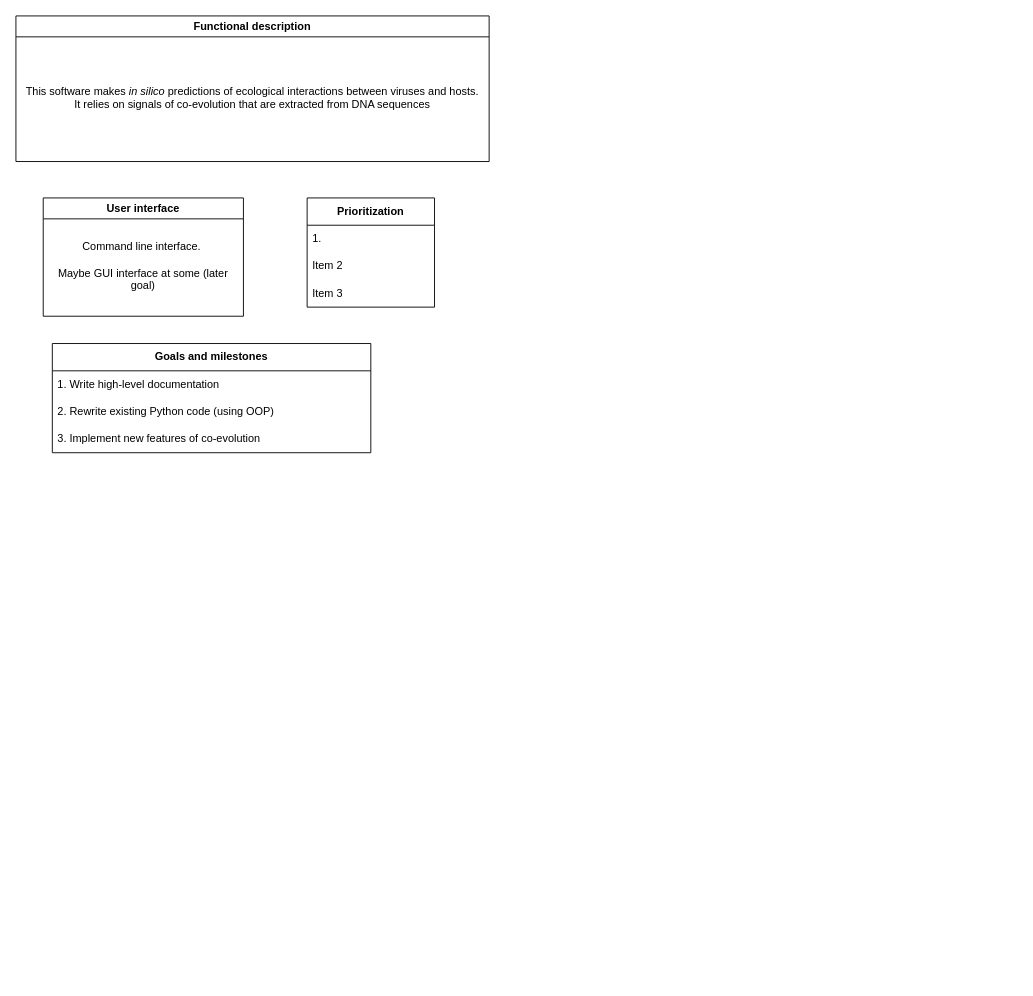
The draw.io diagram design_documents/DDS.drawio in DuhaimeLab/VirusHostInteractionPredictor, before the edit. Source tidied: cells renumbered, new cells numbered last; positions are measured from the earlier drawing's top-left corner, leaving out a move shared by most shapes. Both pictures are drawn from the tidied source at 91%, with x=0, y=0 at pixel (15, 15).
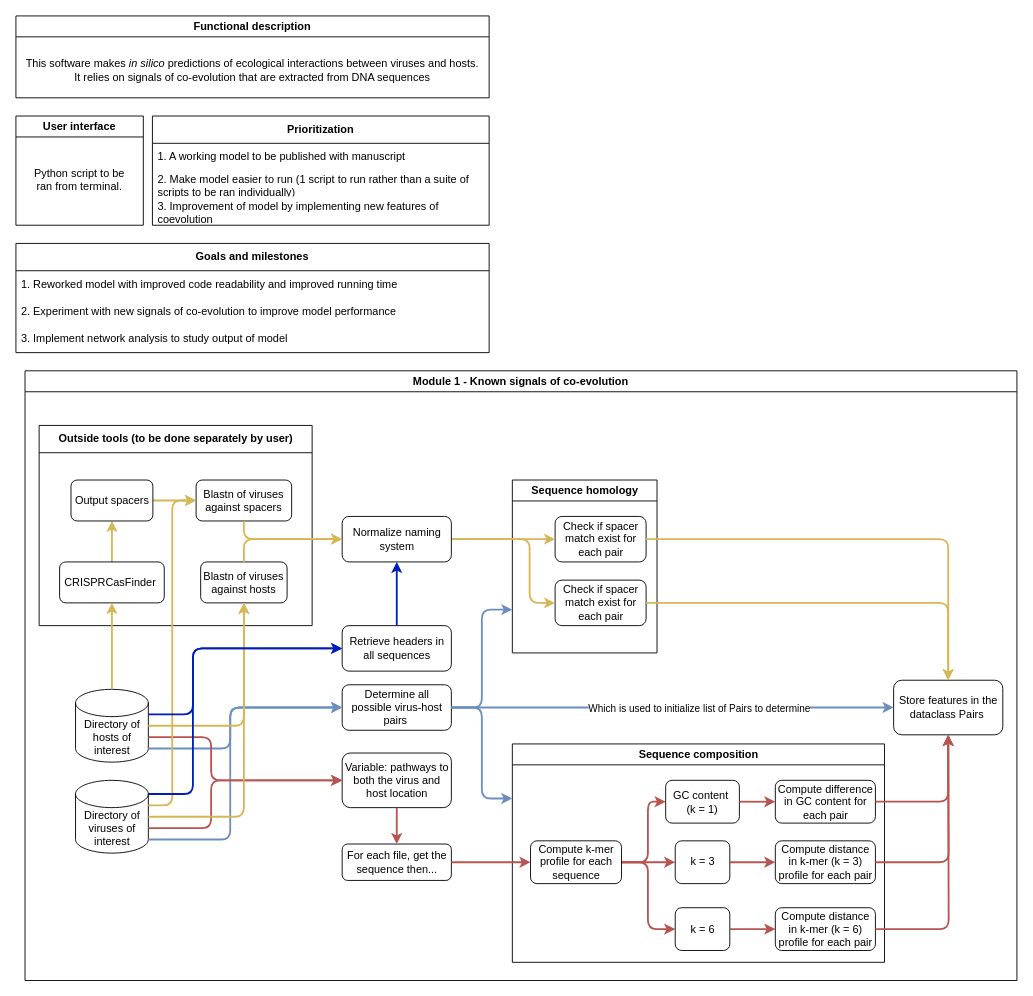
After the change.

Commit message (it also covers changes not shown here):
updated design documents to reflect progress

What changed in the source:
```diff
@@
     <mxCell id="2" value="&lt;b&gt;Prioritization&lt;/b&gt;" style="swimlane;fontStyle=0;horizontal=1;startSize=30;whiteSpace=wrap;html=1;" parent="1" vertex="1">
-      <mxGeometry x="320" y="200" width="140" height="120" as="geometry" />
+      <mxGeometry x="150" y="110" width="370" height="120" as="geometry" />
     </mxCell>
-    <mxCell id="3" value="1.&amp;nbsp;" style="text;strokeColor=none;fillColor=none;align=left;verticalAlign=middle;spacingLeft=4;spacingRight=4;overflow=hidden;whiteSpace=wrap;html=1;" parent="2" vertex="1">
-      <mxGeometry y="30" width="140" height="30" as="geometry" />
+    <mxCell id="3" value="1. A working model to be published with manuscript&amp;nbsp;" style="text;strokeColor=none;fillColor=none;align=left;verticalAlign=middle;spacingLeft=4;spacingRight=4;overflow=hidden;whiteSpace=wrap;html=1;" parent="2" vertex="1">
+      <mxGeometry y="30" width="370" height="30" as="geometry" />
     </mxCell>
-    <mxCell id="4" value="Item 2" style="text;strokeColor=none;fillColor=none;align=left;verticalAlign=middle;spacingLeft=4;spacingRight=4;overflow=hidden;whiteSpace=wrap;html=1;" parent="2" vertex="1">
-      <mxGeometry y="60" width="140" height="30" as="geometry" />
+    <mxCell id="4" value="2. Make model easier to run (1 script to run rather than a suite of scripts to be ran individually)" style="text;strokeColor=none;fillColor=none;align=left;verticalAlign=middle;spacingLeft=4;spacingRight=4;overflow=hidden;whiteSpace=wrap;html=1;" parent="2" vertex="1">
+      <mxGeometry y="60" width="370" height="30" as="geometry" />
     </mxCell>
-    <mxCell id="5" value="Item 3" style="text;strokeColor=none;fillColor=none;align=left;verticalAlign=middle;spacingLeft=4;spacingRight=4;overflow=hidden;whiteSpace=wrap;html=1;" parent="2" vertex="1">
-      <mxGeometry y="90" width="140" height="30" as="geometry" />
+    <mxCell id="5" value="3. Improvement of model by implementing new features of coevolution" style="text;strokeColor=none;fillColor=none;align=left;verticalAlign=middle;spacingLeft=4;spacingRight=4;overflow=hidden;whiteSpace=wrap;html=1;" parent="2" vertex="1">
+      <mxGeometry y="90" width="370" height="30" as="geometry" />
     </mxCell>
     <mxCell id="6" value="Functional description" style="swimlane;whiteSpace=wrap;html=1;" parent="1" vertex="1">
-      <mxGeometry width="520" height="160" as="geometry" />
+      <mxGeometry width="520" height="90" as="geometry" />
     </mxCell>
     <mxCell id="7" value="This software makes &lt;i&gt;in silico &lt;/i&gt;predictions of ecological interactions between viruses and hosts. It relies on signals of co-evolution that are extracted from DNA sequences" style="text;html=1;strokeColor=none;fillColor=none;align=center;verticalAlign=middle;whiteSpace=wrap;rounded=0;" parent="6" vertex="1">
-      <mxGeometry x="10" y="40" width="500" height="100" as="geometry" />
+      <mxGeometry x="10" y="40" width="500" height="40" as="geometry" />
     </mxCell>
     <mxCell id="8" value="User interface" style="swimlane;whiteSpace=wrap;html=1;" parent="1" vertex="1">
-      <mxGeometry x="30" y="200" width="220" height="130" as="geometry" />
+      <mxGeometry y="110" width="140" height="120" as="geometry" />
     </mxCell>
-    <mxCell id="9" value="Command line interface.&amp;nbsp;&lt;br&gt;&lt;br&gt;Maybe GUI interface at some (later goal)" style="text;html=1;strokeColor=none;fillColor=none;align=center;verticalAlign=middle;whiteSpace=wrap;rounded=0;" parent="8" vertex="1">
-      <mxGeometry x="10" y="30" width="200" height="90" as="geometry" />
+    <mxCell id="9" value="Python script to be ran from terminal." style="text;html=1;strokeColor=none;fillColor=none;align=center;verticalAlign=middle;whiteSpace=wrap;rounded=0;" parent="8" vertex="1">
+      <mxGeometry x="10" y="30" width="120" height="80" as="geometry" />
     </mxCell>
     <mxCell id="10" value="&lt;b&gt;Goals and milestones&lt;/b&gt;" style="swimlane;fontStyle=0;horizontal=1;startSize=30;whiteSpace=wrap;html=1;" parent="1" vertex="1">
-      <mxGeometry x="40" y="360" width="350" height="120" as="geometry" />
+      <mxGeometry y="250" width="520" height="120" as="geometry" />
     </mxCell>
-    <mxCell id="11" value="1. Write high-level documentation" style="text;strokeColor=none;fillColor=none;align=left;verticalAlign=middle;spacingLeft=4;spacingRight=4;overflow=hidden;whiteSpace=wrap;html=1;" parent="10" vertex="1">
-      <mxGeometry y="30" width="350" height="30" as="geometry" />
+    <mxCell id="11" value="1. Reworked model with improved code readability and improved running time" style="text;strokeColor=none;fillColor=none;align=left;verticalAlign=middle;spacingLeft=4;spacingRight=4;overflow=hidden;whiteSpace=wrap;html=1;" parent="10" vertex="1">
+      <mxGeometry y="30" width="520" height="30" as="geometry" />
     </mxCell>
-    <mxCell id="12" value="2. Rewrite existing Python code (using OOP)" style="text;strokeColor=none;fillColor=none;align=left;verticalAlign=middle;spacingLeft=4;spacingRight=4;overflow=hidden;whiteSpace=wrap;html=1;" parent="10" vertex="1">
-      <mxGeometry y="60" width="350" height="30" as="geometry" />
+    <mxCell id="12" value="2. Experiment with new signals of co-evolution to improve model performance" style="text;strokeColor=none;fillColor=none;align=left;verticalAlign=middle;spacingLeft=4;spacingRight=4;overflow=hidden;whiteSpace=wrap;html=1;" parent="10" vertex="1">
+      <mxGeometry y="60" width="520" height="30" as="geometry" />
     </mxCell>
-    <mxCell id="13" value="3. Implement new features of co-evolution" style="text;strokeColor=none;fillColor=none;align=left;verticalAlign=middle;spacingLeft=4;spacingRight=4;overflow=hidden;whiteSpace=wrap;html=1;" parent="10" vertex="1">
-      <mxGeometry y="90" width="350" height="30" as="geometry" />
+    <mxCell id="13" value="3. Implement network analysis to study output of model" style="text;strokeColor=none;fillColor=none;align=left;verticalAlign=middle;spacingLeft=4;spacingRight=4;overflow=hidden;whiteSpace=wrap;html=1;" parent="10" vertex="1">
+      <mxGeometry y="90" width="520" height="30" as="geometry" />
     </mxCell>
+    <mxCell id="14" value="Module 1 - Known signals of co-evolution" style="swimlane;whiteSpace=wrap;html=1;" parent="1" vertex="1">
+      <mxGeometry x="10" y="390" width="1090" height="670" as="geometry" />
+    </mxCell>
+    <mxCell id="15" value="Directory of viruses of interest" style="shape=cylinder3;whiteSpace=wrap;html=1;boundedLbl=1;backgroundOutline=1;size=15;" parent="14" vertex="1">
+      <mxGeometry x="55.5" y="450" width="80" height="80" as="geometry" />
+    </mxCell>
+    <mxCell id="16" value="Directory of hosts of interest" style="shape=cylinder3;whiteSpace=wrap;html=1;boundedLbl=1;backgroundOutline=1;size=15;" parent="14" vertex="1">
+      <mxGeometry x="55.5" y="350" width="80" height="80" as="geometry" />
+    </mxCell>
+    <mxCell id="17" value="Determine all possible virus-host pairs&amp;nbsp;" style="rounded=1;whiteSpace=wrap;html=1;" parent="14" vertex="1">
+      <mxGeometry x="348.5" y="345" width="120" height="50" as="geometry" />
+    </mxCell>
+    <mxCell id="18" style="edgeStyle=orthogonalEdgeStyle;jettySize=auto;html=1;exitX=1;exitY=1;exitDx=0;exitDy=-15;exitPerimeter=0;entryX=0;entryY=0.5;entryDx=0;entryDy=0;fillColor=#dae8fc;strokeColor=#6c8ebf;rounded=1;strokeWidth=2;" parent="14" edge="1" source="15" target="17">
+      <mxGeometry relative="1" as="geometry">
+        <Array as="points">
+          <mxPoint x="225.5" y="515" />
+          <mxPoint x="225.5" y="370" />
+        </Array>
+      </mxGeometry>
+    </mxCell>
+    <mxCell id="19" style="edgeStyle=orthogonalEdgeStyle;jettySize=auto;html=1;exitX=1;exitY=1;exitDx=0;exitDy=-15;exitPerimeter=0;entryX=0;entryY=0.5;entryDx=0;entryDy=0;noJump=0;fillColor=#dae8fc;strokeColor=#6c8ebf;rounded=1;strokeWidth=2;" parent="14" edge="1" source="16" target="17">
+      <mxGeometry relative="1" as="geometry">
+        <Array as="points">
+          <mxPoint x="225.5" y="415" />
+          <mxPoint x="225.5" y="370" />
+        </Array>
+      </mxGeometry>
+    </mxCell>
+    <mxCell id="20" value="Variable: pathways to both the virus and host location" style="rounded=1;whiteSpace=wrap;html=1;" parent="14" vertex="1">
+      <mxGeometry x="348.5" y="420" width="120" height="60" as="geometry" />
+    </mxCell>
+    <mxCell id="21" style="edgeStyle=orthogonalEdgeStyle;jettySize=auto;html=1;noJump=0;fillColor=#f8cecc;strokeColor=#b85450;rounded=1;strokeWidth=2;exitX=1;exitY=0;exitDx=0;exitDy=52.5;exitPerimeter=0;" parent="14" edge="1" source="15" target="20">
+      <mxGeometry relative="1" as="geometry">
+        <Array as="points">
+          <mxPoint x="204.5" y="503" />
+          <mxPoint x="204.5" y="450" />
+        </Array>
+      </mxGeometry>
+    </mxCell>
+    <mxCell id="22" style="edgeStyle=orthogonalEdgeStyle;jettySize=auto;html=1;entryX=0;entryY=0.5;entryDx=0;entryDy=0;fillColor=#f8cecc;strokeColor=#b85450;rounded=1;strokeWidth=2;exitX=1;exitY=0;exitDx=0;exitDy=52.5;exitPerimeter=0;" parent="14" edge="1" source="16" target="20">
+      <mxGeometry relative="1" as="geometry">
+        <Array as="points">
+          <mxPoint x="204.5" y="403" />
+          <mxPoint x="204.5" y="450" />
+        </Array>
+      </mxGeometry>
+    </mxCell>
+    <mxCell id="23" value="For each file, get the sequence then..." style="rounded=1;whiteSpace=wrap;html=1;" parent="14" vertex="1">
+      <mxGeometry x="348.5" y="520" width="120" height="40" as="geometry" />
+    </mxCell>
+    <mxCell id="24" style="edgeStyle=orthogonalEdgeStyle;jettySize=auto;html=1;fillColor=#f8cecc;strokeColor=#b85450;rounded=1;strokeWidth=2;" parent="14" edge="1" source="20" target="23">
+      <mxGeometry relative="1" as="geometry" />
+    </mxCell>
+    <mxCell id="25" value="Store features in the dataclass Pairs&amp;nbsp;" style="rounded=1;whiteSpace=wrap;html=1;" parent="14" vertex="1">
+      <mxGeometry x="954.5" y="340" width="120" height="60" as="geometry" />
+    </mxCell>
+    <mxCell id="26" style="edgeStyle=orthogonalEdgeStyle;rounded=1;jettySize=auto;html=1;entryX=0;entryY=0.5;entryDx=0;entryDy=0;strokeWidth=2;fillColor=#dae8fc;strokeColor=#6c8ebf;" parent="14" edge="1" source="17" target="25">
+      <mxGeometry relative="1" as="geometry" />
+    </mxCell>
+    <mxCell id="27" value="Which is used to initialize list of Pairs to determine" style="edgeLabel;html=1;align=center;verticalAlign=middle;" parent="26" vertex="1">
+      <mxGeometry x="-0.19" relative="1" as="geometry">
+        <mxPoint x="75" as="offset" />
+      </mxGeometry>
+    </mxCell>
+    <mxCell id="28" value="Outside tools (to be done separately by user)" style="swimlane;whiteSpace=wrap;html=1;startSize=30;" parent="14" vertex="1">
+      <mxGeometry x="15.5" y="60" width="300" height="220" as="geometry" />
+    </mxCell>
+    <mxCell id="29" value="Blastn of viruses against hosts" style="rounded=1;whiteSpace=wrap;html=1;" parent="28" vertex="1">
+      <mxGeometry x="177.5" y="150" width="95" height="45" as="geometry" />
+    </mxCell>
+    <mxCell id="30" style="edgeStyle=orthogonalEdgeStyle;rounded=1;jettySize=auto;html=1;strokeWidth=2;fillColor=#fff2cc;strokeColor=#d6b656;" parent="28" edge="1" source="31" target="33">
+      <mxGeometry relative="1" as="geometry" />
+    </mxCell>
+    <mxCell id="31" value="CRISPRCasFinder&amp;nbsp;" style="rounded=1;whiteSpace=wrap;html=1;" parent="28" vertex="1">
+      <mxGeometry x="22.5" y="150" width="115" height="45" as="geometry" />
+    </mxCell>
+    <mxCell id="32" style="edgeStyle=orthogonalEdgeStyle;rounded=1;jettySize=auto;html=1;entryX=0;entryY=0.5;entryDx=0;entryDy=0;strokeWidth=2;fillColor=#fff2cc;strokeColor=#d6b656;" parent="28" edge="1" source="33" target="34">
+      <mxGeometry relative="1" as="geometry" />
+    </mxCell>
+    <mxCell id="33" value="Output spacers" style="rounded=1;whiteSpace=wrap;html=1;" parent="28" vertex="1">
+      <mxGeometry x="35" y="60" width="90" height="45" as="geometry" />
+    </mxCell>
+    <mxCell id="34" value="Blastn of viruses against spacers" style="rounded=1;whiteSpace=wrap;html=1;" parent="28" vertex="1">
+      <mxGeometry x="172.5" y="60" width="105" height="45" as="geometry" />
+    </mxCell>
+    <mxCell id="35" style="edgeStyle=orthogonalEdgeStyle;rounded=1;jettySize=auto;html=1;entryX=0.5;entryY=1;entryDx=0;entryDy=0;strokeWidth=2;fillColor=#fff2cc;strokeColor=#d6b656;" parent="14" edge="1" source="15" target="29">
+      <mxGeometry relative="1" as="geometry" />
+    </mxCell>
+    <mxCell id="36" style="edgeStyle=orthogonalEdgeStyle;rounded=1;jettySize=auto;html=1;entryX=0.5;entryY=1;entryDx=0;entryDy=0;strokeWidth=2;fillColor=#fff2cc;strokeColor=#d6b656;" parent="14" edge="1" source="16" target="29">
+      <mxGeometry relative="1" as="geometry" />
+    </mxCell>
+    <mxCell id="37" style="edgeStyle=orthogonalEdgeStyle;rounded=1;jettySize=auto;html=1;entryX=0.5;entryY=1;entryDx=0;entryDy=0;strokeWidth=2;fillColor=#fff2cc;strokeColor=#d6b656;" parent="14" edge="1" source="16" target="31">
+      <mxGeometry relative="1" as="geometry" />
+    </mxCell>
+    <mxCell id="38" style="edgeStyle=orthogonalEdgeStyle;rounded=1;jettySize=auto;html=1;exitX=1;exitY=0;exitDx=0;exitDy=27.5;exitPerimeter=0;strokeWidth=2;entryX=0;entryY=0.5;entryDx=0;entryDy=0;fillColor=#fff2cc;strokeColor=#d6b656;" parent="14" edge="1" source="15" target="34">
+      <mxGeometry relative="1" as="geometry" />
+    </mxCell>
+    <mxCell id="39" value="Sequence composition&lt;br&gt;" style="swimlane;whiteSpace=wrap;html=1;" parent="14" vertex="1">
+      <mxGeometry x="535.5" y="410" width="409" height="240" as="geometry" />
+    </mxCell>
+    <mxCell id="40" style="edgeStyle=orthogonalEdgeStyle;rounded=1;jettySize=auto;html=1;entryX=0;entryY=0.5;entryDx=0;entryDy=0;strokeWidth=2;fillColor=#f8cecc;strokeColor=#b85450;" parent="39" edge="1" source="43" target="44">
+      <mxGeometry relative="1" as="geometry">
+        <Array as="points">
+          <mxPoint x="149" y="130" />
+          <mxPoint x="149" y="63" />
+        </Array>
+      </mxGeometry>
+    </mxCell>
+    <mxCell id="41" style="edgeStyle=orthogonalEdgeStyle;rounded=1;jettySize=auto;html=1;entryX=0;entryY=0.5;entryDx=0;entryDy=0;strokeWidth=2;fillColor=#f8cecc;strokeColor=#b85450;" parent="39" edge="1" source="43" target="45">
+      <mxGeometry relative="1" as="geometry" />
+    </mxCell>
+    <mxCell id="42" style="edgeStyle=orthogonalEdgeStyle;rounded=1;jettySize=auto;html=1;entryX=0;entryY=0.5;entryDx=0;entryDy=0;strokeWidth=2;fillColor=#f8cecc;strokeColor=#b85450;" parent="39" edge="1" source="43" target="46">
+      <mxGeometry relative="1" as="geometry">
+        <Array as="points">
+          <mxPoint x="149" y="130" />
+          <mxPoint x="149" y="203" />
+        </Array>
+      </mxGeometry>
+    </mxCell>
+    <mxCell id="43" value="Compute k-mer profile for each sequence" style="rounded=1;whiteSpace=wrap;html=1;" parent="39" vertex="1">
+      <mxGeometry x="20" y="106.5" width="100" height="47" as="geometry" />
+    </mxCell>
+    <mxCell id="44" value="GC content&amp;nbsp;&lt;br&gt;(k = 1)" style="rounded=1;whiteSpace=wrap;html=1;" parent="39" vertex="1">
+      <mxGeometry x="168.5" y="40" width="81" height="47" as="geometry" />
+    </mxCell>
+    <mxCell id="45" value="k = 3" style="rounded=1;whiteSpace=wrap;html=1;" parent="39" vertex="1">
+      <mxGeometry x="179" y="106.5" width="60" height="47" as="geometry" />
+    </mxCell>
+    <mxCell id="46" value="k = 6" style="rounded=1;whiteSpace=wrap;html=1;" parent="39" vertex="1">
+      <mxGeometry x="179" y="180" width="60" height="47" as="geometry" />
+    </mxCell>
+    <mxCell id="47" value="Compute difference in GC content for each pair" style="rounded=1;whiteSpace=wrap;html=1;" parent="39" vertex="1">
+      <mxGeometry x="289" y="40" width="110" height="47" as="geometry" />
+    </mxCell>
+    <mxCell id="48" style="edgeStyle=orthogonalEdgeStyle;rounded=1;jettySize=auto;html=1;entryX=0;entryY=0.5;entryDx=0;entryDy=0;strokeWidth=2;fillColor=#f8cecc;strokeColor=#b85450;" parent="39" edge="1" source="44" target="47">
+      <mxGeometry relative="1" as="geometry" />
+    </mxCell>
+    <mxCell id="49" value="Compute distance in k-mer (k = 3) profile for each pair" style="rounded=1;whiteSpace=wrap;html=1;" parent="39" vertex="1">
+      <mxGeometry x="289" y="106.5" width="110" height="47" as="geometry" />
+    </mxCell>
+    <mxCell id="50" style="edgeStyle=orthogonalEdgeStyle;rounded=1;jettySize=auto;html=1;entryX=0;entryY=0.5;entryDx=0;entryDy=0;strokeWidth=2;fillColor=#f8cecc;strokeColor=#b85450;" parent="39" edge="1" source="45" target="49">
+      <mxGeometry relative="1" as="geometry" />
+    </mxCell>
+    <mxCell id="51" value="Compute distance in k-mer (k = 6) profile for each pair" style="rounded=1;whiteSpace=wrap;html=1;" parent="39" vertex="1">
+      <mxGeometry x="289" y="180" width="110" height="47" as="geometry" />
+    </mxCell>
+    <mxCell id="52" style="edgeStyle=orthogonalEdgeStyle;rounded=1;jettySize=auto;html=1;entryX=0;entryY=0.5;entryDx=0;entryDy=0;strokeWidth=2;fillColor=#f8cecc;strokeColor=#b85450;" parent="39" edge="1" source="46" target="51">
+      <mxGeometry relative="1" as="geometry" />
+    </mxCell>
+    <mxCell id="53" style="edgeStyle=orthogonalEdgeStyle;jettySize=auto;html=1;entryX=0;entryY=0.5;entryDx=0;entryDy=0;fillColor=#f8cecc;strokeColor=#b85450;rounded=1;strokeWidth=2;" parent="14" edge="1" source="23" target="43">
+      <mxGeometry relative="1" as="geometry" />
+    </mxCell>
+    <mxCell id="54" style="edgeStyle=orthogonalEdgeStyle;rounded=1;jettySize=auto;html=1;entryX=0;entryY=0.25;entryDx=0;entryDy=0;strokeWidth=2;fillColor=#dae8fc;strokeColor=#6c8ebf;" parent="14" edge="1" source="17" target="39">
+      <mxGeometry relative="1" as="geometry" />
+    </mxCell>
+    <mxCell id="55" value="Sequence homology" style="swimlane;whiteSpace=wrap;html=1;" parent="14" vertex="1">
+      <mxGeometry x="535.5" y="120" width="159" height="190" as="geometry" />
+    </mxCell>
+    <mxCell id="56" value="Check if spacer match exist for each pair" style="rounded=1;whiteSpace=wrap;html=1;" parent="55" vertex="1">
+      <mxGeometry x="47" y="40" width="100" height="50" as="geometry" />
+    </mxCell>
+    <mxCell id="57" value="Check if spacer match exist for each pair" style="rounded=1;whiteSpace=wrap;html=1;" parent="55" vertex="1">
+      <mxGeometry x="47" y="110" width="100" height="50" as="geometry" />
+    </mxCell>
+    <mxCell id="58" value="Retrieve headers in all sequences" style="rounded=1;whiteSpace=wrap;html=1;" parent="14" vertex="1">
+      <mxGeometry x="348.5" y="280" width="120" height="50" as="geometry" />
+    </mxCell>
+    <mxCell id="59" style="edgeStyle=orthogonalEdgeStyle;rounded=1;jettySize=auto;html=1;entryX=0;entryY=0.75;entryDx=0;entryDy=0;fillColor=#dae8fc;strokeColor=#6c8ebf;strokeWidth=2;" parent="14" edge="1" source="17" target="55">
+      <mxGeometry relative="1" as="geometry" />
+    </mxCell>
+    <mxCell id="60" style="edgeStyle=orthogonalEdgeStyle;rounded=1;jettySize=auto;html=1;entryX=0;entryY=0.5;entryDx=0;entryDy=0;strokeWidth=2;fillColor=#fff2cc;strokeColor=#d6b656;" parent="14" edge="1" source="62" target="56">
+      <mxGeometry relative="1" as="geometry" />
+    </mxCell>
+    <mxCell id="61" style="edgeStyle=orthogonalEdgeStyle;rounded=1;jettySize=auto;html=1;entryX=0;entryY=0.5;entryDx=0;entryDy=0;strokeWidth=2;fillColor=#fff2cc;strokeColor=#d6b656;" parent="14" edge="1" source="62" target="57">
+      <mxGeometry relative="1" as="geometry">
+        <Array as="points">
+          <mxPoint x="554.5" y="185" />
+          <mxPoint x="554.5" y="255" />
+        </Array>
+      </mxGeometry>
+    </mxCell>
+    <mxCell id="62" value="Normalize naming system" style="rounded=1;whiteSpace=wrap;html=1;" parent="14" vertex="1">
+      <mxGeometry x="348.5" y="160" width="120" height="50" as="geometry" />
+    </mxCell>
+    <mxCell id="63" style="edgeStyle=orthogonalEdgeStyle;rounded=1;jettySize=auto;html=1;entryX=0;entryY=0.5;entryDx=0;entryDy=0;strokeWidth=2;exitX=0.5;exitY=1;exitDx=0;exitDy=0;fillColor=#fff2cc;strokeColor=#d6b656;" parent="14" edge="1" source="34" target="62">
+      <mxGeometry relative="1" as="geometry" />
+    </mxCell>
+    <mxCell id="64" style="edgeStyle=orthogonalEdgeStyle;rounded=1;jettySize=auto;html=1;entryX=0;entryY=0.5;entryDx=0;entryDy=0;strokeWidth=2;exitX=0.5;exitY=0;exitDx=0;exitDy=0;fillColor=#fff2cc;strokeColor=#d6b656;" parent="14" edge="1" source="29" target="62">
+      <mxGeometry relative="1" as="geometry" />
+    </mxCell>
+    <mxCell id="65" style="edgeStyle=orthogonalEdgeStyle;rounded=1;jettySize=auto;html=1;entryX=0;entryY=0.5;entryDx=0;entryDy=0;strokeWidth=2;fillColor=#0050ef;strokeColor=#001DBC;exitX=1;exitY=0;exitDx=0;exitDy=15;exitPerimeter=0;" parent="14" edge="1" source="15" target="58">
+      <mxGeometry relative="1" as="geometry">
+        <Array as="points">
+          <mxPoint x="184.5" y="465" />
+          <mxPoint x="184.5" y="305" />
+        </Array>
+      </mxGeometry>
+    </mxCell>
+    <mxCell id="66" style="edgeStyle=orthogonalEdgeStyle;rounded=1;jettySize=auto;html=1;entryX=0.5;entryY=1;entryDx=0;entryDy=0;strokeWidth=2;fillColor=#f8cecc;strokeColor=#b85450;" parent="14" edge="1" source="47" target="25">
+      <mxGeometry relative="1" as="geometry" />
+    </mxCell>
+    <mxCell id="67" style="edgeStyle=orthogonalEdgeStyle;rounded=1;jettySize=auto;html=1;strokeWidth=2;fillColor=#f8cecc;strokeColor=#b85450;" parent="14" edge="1" source="49">
+      <mxGeometry relative="1" as="geometry">
+        <mxPoint x="1014.5" y="400" as="targetPoint" />
+      </mxGeometry>
+    </mxCell>
+    <mxCell id="68" style="edgeStyle=orthogonalEdgeStyle;rounded=1;jettySize=auto;html=1;strokeWidth=2;fillColor=#f8cecc;strokeColor=#b85450;" parent="14" edge="1" source="51">
+      <mxGeometry relative="1" as="geometry">
+        <mxPoint x="1014.5" y="400" as="targetPoint" />
+      </mxGeometry>
+    </mxCell>
+    <mxCell id="69" style="edgeStyle=orthogonalEdgeStyle;rounded=1;jettySize=auto;html=1;entryX=0;entryY=0.5;entryDx=0;entryDy=0;strokeWidth=2;fillColor=#0050ef;strokeColor=#001DBC;exitX=1;exitY=0;exitDx=0;exitDy=27.5;exitPerimeter=0;" parent="14" edge="1" source="16" target="58">
+      <mxGeometry relative="1" as="geometry">
+        <Array as="points">
+          <mxPoint x="184.5" y="378" />
+          <mxPoint x="184.5" y="305" />
+        </Array>
+      </mxGeometry>
+    </mxCell>
+    <mxCell id="70" style="edgeStyle=orthogonalEdgeStyle;rounded=1;jettySize=auto;html=1;entryX=0.5;entryY=0;entryDx=0;entryDy=0;strokeWidth=2;fillColor=#fff2cc;strokeColor=#d6b656;" parent="14" edge="1" source="56" target="25">
+      <mxGeometry relative="1" as="geometry" />
+    </mxCell>
+    <mxCell id="71" style="edgeStyle=orthogonalEdgeStyle;rounded=1;jettySize=auto;html=1;entryX=0.5;entryY=1;entryDx=0;entryDy=0;strokeWidth=2;fillColor=#0050ef;strokeColor=#001DBC;" parent="14" edge="1" source="58" target="62">
+      <mxGeometry relative="1" as="geometry" />
+    </mxCell>
+    <mxCell id="72" style="edgeStyle=orthogonalEdgeStyle;rounded=1;jettySize=auto;html=1;strokeWidth=2;fillColor=#fff2cc;strokeColor=#d6b656;" parent="14" edge="1" source="57" target="25">
+      <mxGeometry relative="1" as="geometry" />
+    </mxCell>
```
